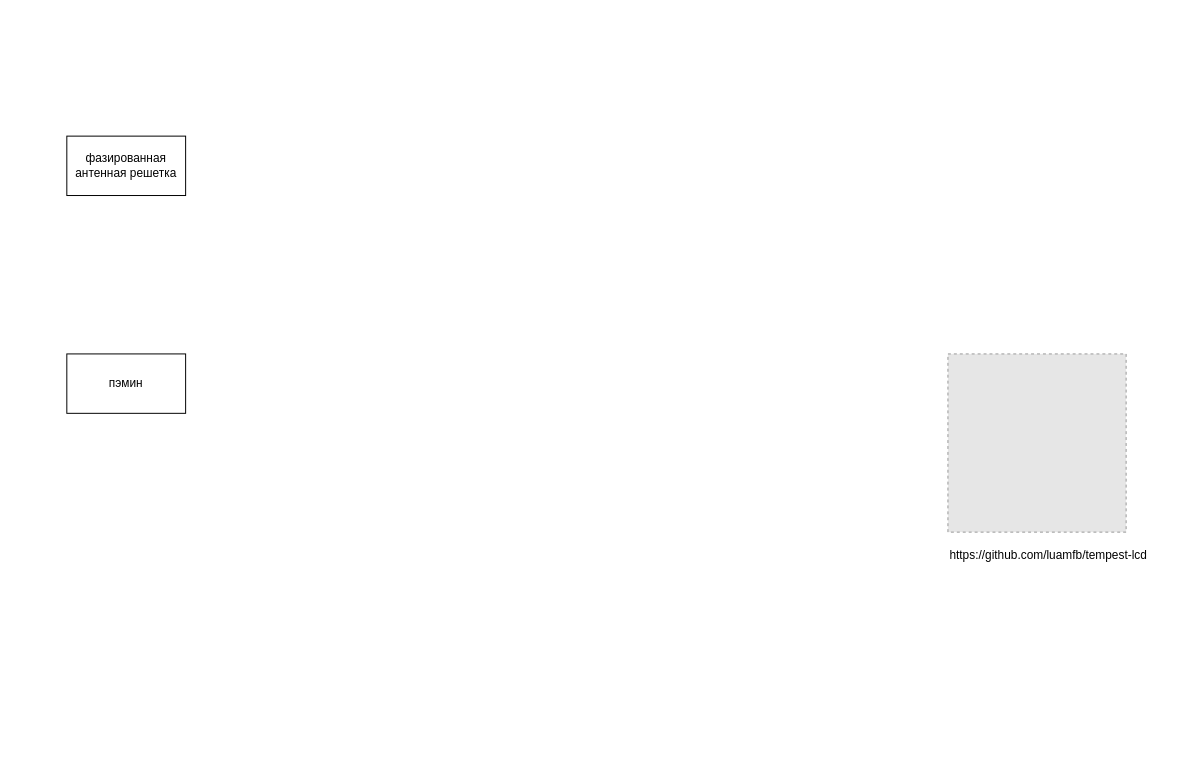
Earlier version of the draw.io diagram radio_projects.drawio (hightemp/col_diagrams). Source tidied: cells renumbered, new cells numbered last; positions are measured from the earlier drawing's top-left corner, leaving out a move shared by most shapes. Both pictures are drawn from the tidied source at 99%, with x=0, y=0 at pixel (66, 136). Pictures stored in the file or linked from it are replaced by grey dashed boxes.
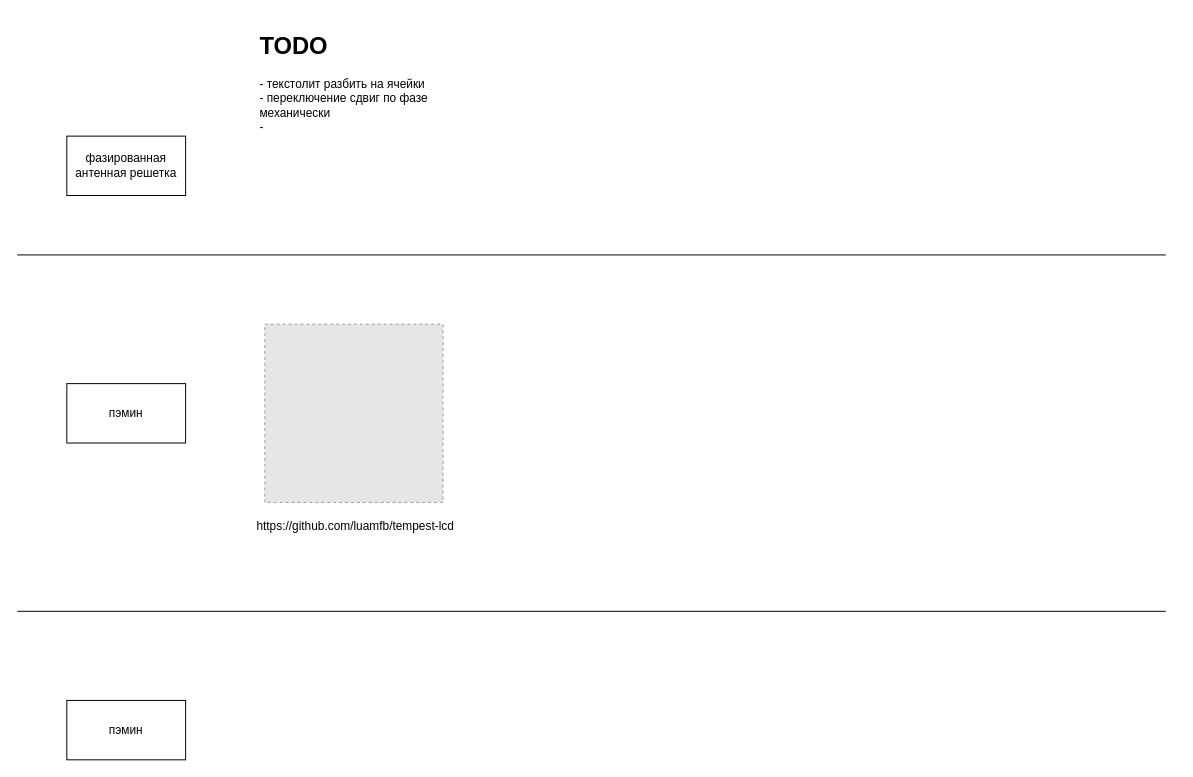
The same diagram, later.

What changed in the source:
```diff
@@
 <mxGraphModel>
   <root>
     <mxCell id="0" />
     <mxCell id="1" parent="0" />
     <mxCell id="2" value="фазированная антенная решетка" style="rounded=0;whiteSpace=wrap;html=1;" parent="1" vertex="1">
       <mxGeometry width="120" height="60" as="geometry" />
     </mxCell>
     <mxCell id="3" value="пэмин" style="rounded=0;whiteSpace=wrap;html=1;" parent="1" vertex="1">
-      <mxGeometry y="220" width="120" height="60" as="geometry" />
+      <mxGeometry y="250" width="120" height="60" as="geometry" />
     </mxCell>
     <mxCell id="4" style="group;" parent="1" vertex="1">
-      <mxGeometry x="890" y="220" width="230" height="230" as="geometry" />
+      <mxGeometry x="190" y="190" width="230" height="230" as="geometry" />
     </mxCell>
     <mxCell id="5" value="https://github.com/luamfb/tempest-lcd" style="text;whiteSpace=wrap;html=1;" parent="4" vertex="1">
       <mxGeometry y="190" width="230" height="40" as="geometry" />
     </mxCell>
     <mxCell id="6" style="fillColor=#E6E6E6;strokeColor=#999999;dashed=1;verticalLabelPosition=bottom;labelBackgroundColor=default;verticalAlign=top;" parent="4" vertex="1">
-      <mxGeometry width="180" height="180" as="geometry" />
+      <mxGeometry x="10" width="180" height="180" as="geometry" />
     </mxCell>
+    <mxCell id="7" style="endArrow=none;html=1;rounded=0;" parent="1" edge="1">
+      <mxGeometry relative="1" as="geometry">
+        <mxPoint x="-50" y="480" as="sourcePoint" />
+        <mxPoint x="1110" y="480" as="targetPoint" />
+      </mxGeometry>
+    </mxCell>
+    <mxCell id="8" value="&lt;h1&gt;TODO&lt;/h1&gt;&lt;p&gt;- текстолит разбить на ячейки&lt;br&gt;- переключение сдвиг по фазе механически&lt;br&gt;-&amp;nbsp;&lt;/p&gt;" style="text;html=1;strokeColor=none;fillColor=none;spacing=5;spacingTop=-20;whiteSpace=wrap;overflow=hidden;rounded=0;" parent="1" vertex="1">
+      <mxGeometry x="190" y="-110" width="190" height="120" as="geometry" />
+    </mxCell>
+    <mxCell id="9" style="endArrow=none;html=1;rounded=0;" parent="1" edge="1">
+      <mxGeometry relative="1" as="geometry">
+        <mxPoint x="-50" y="120" as="sourcePoint" />
+        <mxPoint x="1110" y="120" as="targetPoint" />
+      </mxGeometry>
+    </mxCell>
+    <mxCell id="10" value="пэмин" style="rounded=0;whiteSpace=wrap;html=1;" parent="1" vertex="1">
+      <mxGeometry y="570" width="120" height="60" as="geometry" />
+    </mxCell>
   </root>
 </mxGraphModel>
```
